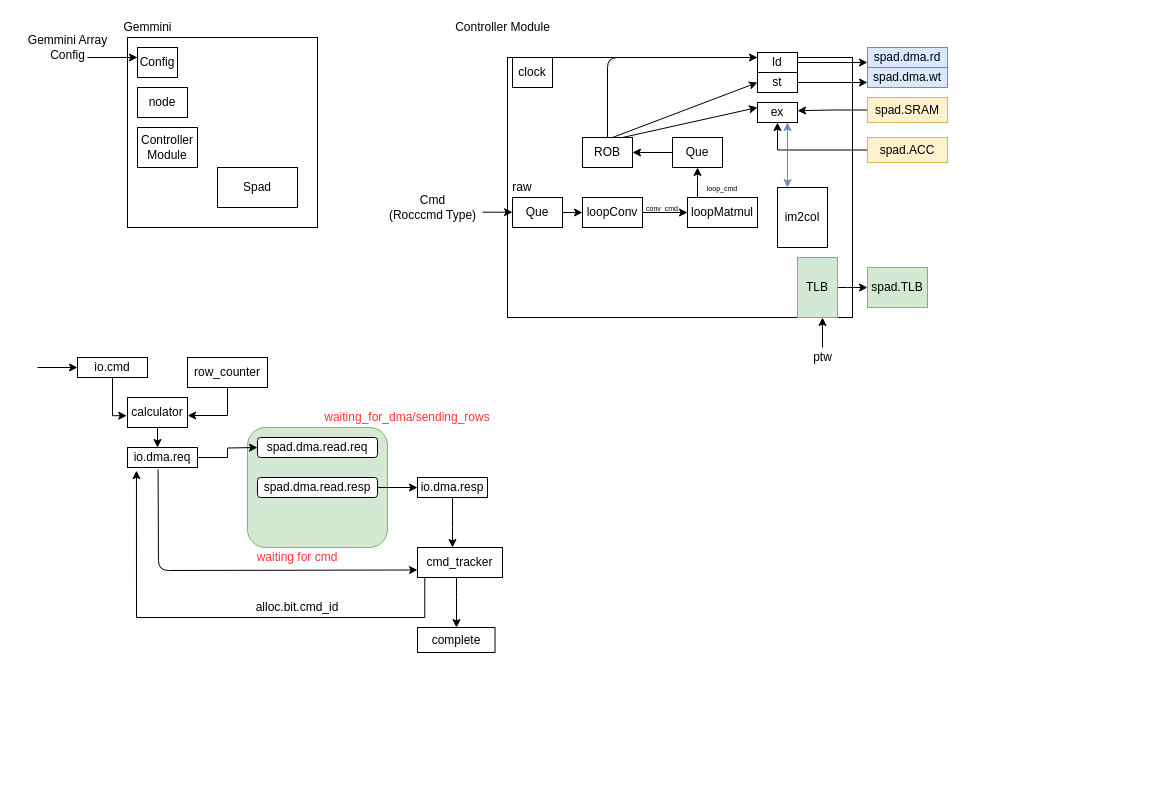
This is graphs/Gemmini src.drawio from BiEchi/chipyard, a draw.io file, before an edit. Source tidied: cells renumbered, new cells numbered last; positions are measured from the earlier drawing's top-left corner, leaving out a move shared by most shapes. Both pictures are drawn from the tidied source at 100%, with x=0, y=0 at pixel (17, 17).
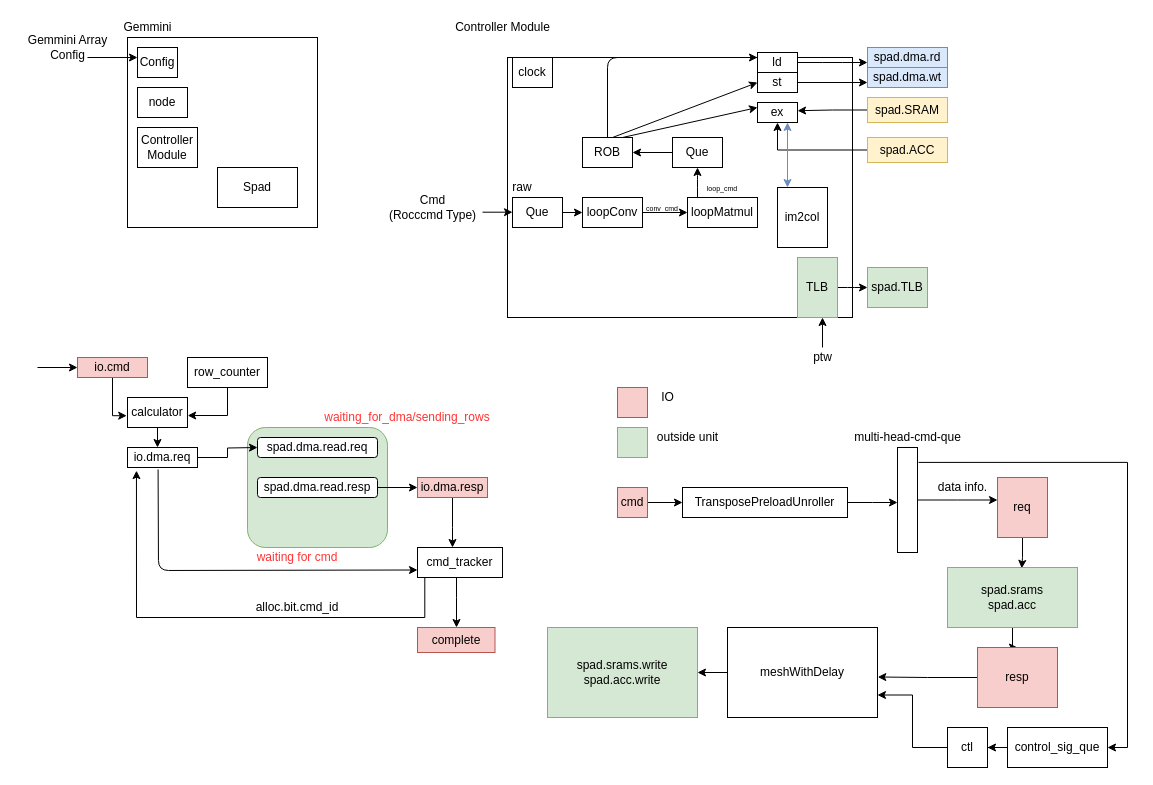
The same diagram, later.

The edit, as a diff of the source:
```diff
@@
-    <mxCell id="49" value="io.cmd" style="rounded=0;whiteSpace=wrap;html=1;" parent="1" vertex="1">
+    <mxCell id="49" value="io.cmd" style="rounded=0;whiteSpace=wrap;html=1;fillColor=#f8cecc;strokeColor=#b85450;" parent="1" vertex="1">
       <mxGeometry x="60" y="340" width="70" height="20" as="geometry" />
     </mxCell>
@@
-    <mxCell id="60" value="io.dma.resp" style="whiteSpace=wrap;html=1;" parent="1" vertex="1">
+    <mxCell id="60" value="io.dma.resp" style="whiteSpace=wrap;html=1;fillColor=#f8cecc;strokeColor=#b85450;" parent="1" vertex="1">
       <mxGeometry x="400" y="460" width="70" height="20" as="geometry" />
     </mxCell>
@@
-    <mxCell id="70" value="complete" style="whiteSpace=wrap;html=1;" parent="1" vertex="1">
+    <mxCell id="70" value="complete" style="whiteSpace=wrap;html=1;fillColor=#f8cecc;strokeColor=#b85450;" parent="1" vertex="1">
       <mxGeometry x="400" y="610" width="77.5" height="25" as="geometry" />
     </mxCell>
+    <mxCell id="71" style="edgeStyle=orthogonalEdgeStyle;rounded=0;jettySize=auto;html=1;" parent="1" edge="1" source="72" target="74">
+      <mxGeometry relative="1" as="geometry" />
+    </mxCell>
+    <mxCell id="72" value="cmd" style="rounded=0;whiteSpace=wrap;html=1;fillColor=#f8cecc;strokeColor=#b85450;" parent="1" vertex="1">
+      <mxGeometry x="600" y="470" width="30" height="30" as="geometry" />
+    </mxCell>
+    <mxCell id="73" style="edgeStyle=orthogonalEdgeStyle;rounded=0;jettySize=auto;html=1;" parent="1" edge="1" source="74">
+      <mxGeometry relative="1" as="geometry">
+        <mxPoint x="880" y="485" as="targetPoint" />
+      </mxGeometry>
+    </mxCell>
+    <mxCell id="74" value="&lt;span lang=&quot;EN-US&quot; style=&quot;font-size: 9.0pt&quot;&gt;TransposePreloadUnroller&lt;/span&gt;" style="whiteSpace=wrap;html=1;rounded=0;" parent="1" vertex="1">
+      <mxGeometry x="665" y="470" width="165" height="30" as="geometry" />
+    </mxCell>
+    <mxCell id="75" style="edgeStyle=orthogonalEdgeStyle;rounded=0;jettySize=auto;html=1;" parent="1" edge="1" source="77">
+      <mxGeometry relative="1" as="geometry">
+        <mxPoint x="980" y="482.5" as="targetPoint" />
+      </mxGeometry>
+    </mxCell>
+    <mxCell id="76" style="edgeStyle=orthogonalEdgeStyle;rounded=0;jettySize=auto;html=1;entryX=1;entryY=0.5;entryDx=0;entryDy=0;exitX=1.055;exitY=0.142;exitDx=0;exitDy=0;exitPerimeter=0;" parent="1" edge="1" source="77" target="89">
+      <mxGeometry relative="1" as="geometry" />
+    </mxCell>
+    <mxCell id="77" style="whiteSpace=wrap;html=1;rounded=0;" parent="1" vertex="1">
+      <mxGeometry x="880" y="430" width="20" height="105" as="geometry" />
+    </mxCell>
+    <mxCell id="78" value="multi-head-cmd-que&lt;br&gt;" style="text;html=1;align=center;verticalAlign=middle;strokeColor=none;" parent="1" vertex="1">
+      <mxGeometry x="830" y="410" width="120" height="20" as="geometry" />
+    </mxCell>
+    <mxCell id="79" value="data info." style="text;html=1;align=center;verticalAlign=middle;strokeColor=none;" parent="1" vertex="1">
+      <mxGeometry x="910" y="460" width="70" height="20" as="geometry" />
+    </mxCell>
+    <mxCell id="80" style="edgeStyle=orthogonalEdgeStyle;rounded=0;jettySize=auto;html=1;entryX=0.571;entryY=0.014;entryDx=0;entryDy=0;entryPerimeter=0;" parent="1" edge="1" source="81" target="83">
+      <mxGeometry relative="1" as="geometry" />
+    </mxCell>
+    <mxCell id="81" value="req" style="rounded=0;whiteSpace=wrap;html=1;fillColor=#f8cecc;strokeColor=#b85450;" parent="1" vertex="1">
+      <mxGeometry x="980" y="460" width="50" height="60" as="geometry" />
+    </mxCell>
+    <mxCell id="82" style="edgeStyle=orthogonalEdgeStyle;rounded=0;jettySize=auto;html=1;" parent="1" edge="1" source="83" target="85">
+      <mxGeometry relative="1" as="geometry" />
+    </mxCell>
+    <mxCell id="83" value="spad.srams&lt;br&gt;spad.acc" style="rounded=0;whiteSpace=wrap;html=1;fillColor=#d5e8d4;strokeColor=#82b366;" parent="1" vertex="1">
+      <mxGeometry x="930" y="550" width="130" height="60" as="geometry" />
+    </mxCell>
+    <mxCell id="84" style="edgeStyle=orthogonalEdgeStyle;rounded=0;jettySize=auto;html=1;entryX=1.002;entryY=0.55;entryDx=0;entryDy=0;entryPerimeter=0;" parent="1" edge="1" source="85" target="87">
+      <mxGeometry relative="1" as="geometry" />
+    </mxCell>
+    <mxCell id="85" value="resp" style="rounded=0;whiteSpace=wrap;html=1;fillColor=#f8cecc;strokeColor=#b85450;" parent="1" vertex="1">
+      <mxGeometry x="960" y="630" width="80" height="60" as="geometry" />
+    </mxCell>
+    <mxCell id="86" style="edgeStyle=orthogonalEdgeStyle;rounded=0;jettySize=auto;html=1;" parent="1" edge="1" source="87" target="92">
+      <mxGeometry relative="1" as="geometry" />
+    </mxCell>
+    <mxCell id="87" value="meshWithDelay" style="rounded=0;whiteSpace=wrap;html=1;" parent="1" vertex="1">
+      <mxGeometry x="710" y="610" width="150" height="90" as="geometry" />
+    </mxCell>
+    <mxCell id="88" style="edgeStyle=orthogonalEdgeStyle;rounded=0;jettySize=auto;html=1;" parent="1" edge="1" source="89" target="91">
+      <mxGeometry relative="1" as="geometry" />
+    </mxCell>
+    <mxCell id="89" value="control_sig_que" style="whiteSpace=wrap;html=1;" parent="1" vertex="1">
+      <mxGeometry x="990" y="710" width="100" height="40" as="geometry" />
+    </mxCell>
+    <mxCell id="90" style="edgeStyle=orthogonalEdgeStyle;rounded=0;jettySize=auto;html=1;entryX=1;entryY=0.75;entryDx=0;entryDy=0;" parent="1" edge="1" source="91" target="87">
+      <mxGeometry relative="1" as="geometry" />
+    </mxCell>
+    <mxCell id="91" value="ctl" style="whiteSpace=wrap;html=1;" parent="1" vertex="1">
+      <mxGeometry x="930" y="710" width="40" height="40" as="geometry" />
+    </mxCell>
+    <mxCell id="92" value="spad.srams.write&lt;br&gt;spad.acc.write" style="rounded=0;whiteSpace=wrap;html=1;fillColor=#d5e8d4;strokeColor=#82b366;" parent="1" vertex="1">
+      <mxGeometry x="530" y="610" width="150" height="90" as="geometry" />
+    </mxCell>
+    <mxCell id="93" style="whiteSpace=wrap;html=1;fillColor=#f8cecc;strokeColor=#b85450;" parent="1" vertex="1">
+      <mxGeometry x="600" y="370" width="30" height="30" as="geometry" />
+    </mxCell>
+    <mxCell id="94" style="whiteSpace=wrap;html=1;fillColor=#d5e8d4;strokeColor=#82b366;" parent="1" vertex="1">
+      <mxGeometry x="600" y="410" width="30" height="30" as="geometry" />
+    </mxCell>
+    <mxCell id="95" value="IO" style="text;html=1;align=center;verticalAlign=middle;strokeColor=none;" parent="1" vertex="1">
+      <mxGeometry x="635" y="370" width="30" height="20" as="geometry" />
+    </mxCell>
+    <mxCell id="96" value="outside unit" style="text;html=1;align=center;verticalAlign=middle;strokeColor=none;" parent="1" vertex="1">
+      <mxGeometry x="630" y="410" width="80" height="20" as="geometry" />
+    </mxCell>
```
